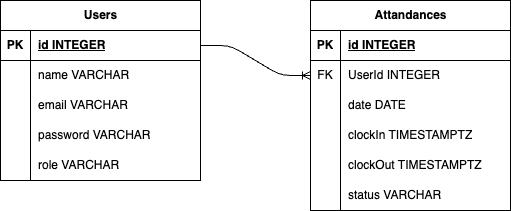
Above: schema/erd.drawio.png in sabianathallah/SaaS-HR-Management-Systems (draw.io), before the change. Source tidied: cells renumbered, new cells last; positions are measured from the earlier drawing's top-left corner, leaving out a move shared by most shapes.
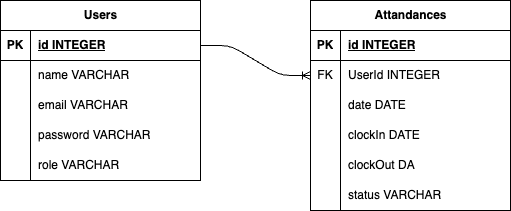
Above is the later version.

What changed in the source:
```diff
@@ -86,7 +86,7 @@
     <mxCell id="29" style="shape=partialRectangle;fillColor=none;top=0;left=0;bottom=0;right=0;overflow=hidden;whiteSpace=wrap;html=1;" parent="28" vertex="1">
       <mxGeometry width="30" height="30" as="geometry" />
     </mxCell>
-    <mxCell id="30" value="clockIn TIMESTAMPTZ" style="shape=partialRectangle;fillColor=none;top=0;left=0;bottom=0;right=0;align=left;spacingLeft=6;overflow=hidden;whiteSpace=wrap;html=1;" parent="28" vertex="1">
+    <mxCell id="30" value="clockIn DATE" style="shape=partialRectangle;fillColor=none;top=0;left=0;bottom=0;right=0;align=left;spacingLeft=6;overflow=hidden;whiteSpace=wrap;html=1;" parent="28" vertex="1">
       <mxGeometry x="30" width="170" height="30" as="geometry" />
     </mxCell>
     <mxCell id="31" style="shape=tableRow;horizontal=0;startSize=0;swimlaneHead=0;swimlaneBody=0;fillColor=none;top=0;left=0;right=0;bottom=0;" parent="18" vertex="1">
@@ -95,7 +95,7 @@
     <mxCell id="32" style="shape=partialRectangle;fillColor=none;top=0;left=0;bottom=0;right=0;overflow=hidden;whiteSpace=wrap;html=1;" parent="31" vertex="1">
       <mxGeometry width="30" height="30" as="geometry" />
     </mxCell>
-    <mxCell id="33" value="clockOut TIMESTAMPTZ" style="shape=partialRectangle;fillColor=none;top=0;left=0;bottom=0;right=0;align=left;spacingLeft=6;overflow=hidden;whiteSpace=wrap;html=1;" parent="31" vertex="1">
+    <mxCell id="33" value="clockOut DA" style="shape=partialRectangle;fillColor=none;top=0;left=0;bottom=0;right=0;align=left;spacingLeft=6;overflow=hidden;whiteSpace=wrap;html=1;" parent="31" vertex="1">
       <mxGeometry x="30" width="170" height="30" as="geometry" />
     </mxCell>
     <mxCell id="34" style="shape=tableRow;horizontal=0;startSize=0;swimlaneHead=0;swimlaneBody=0;fillColor=none;top=0;left=0;right=0;bottom=0;" parent="18" vertex="1">
```
